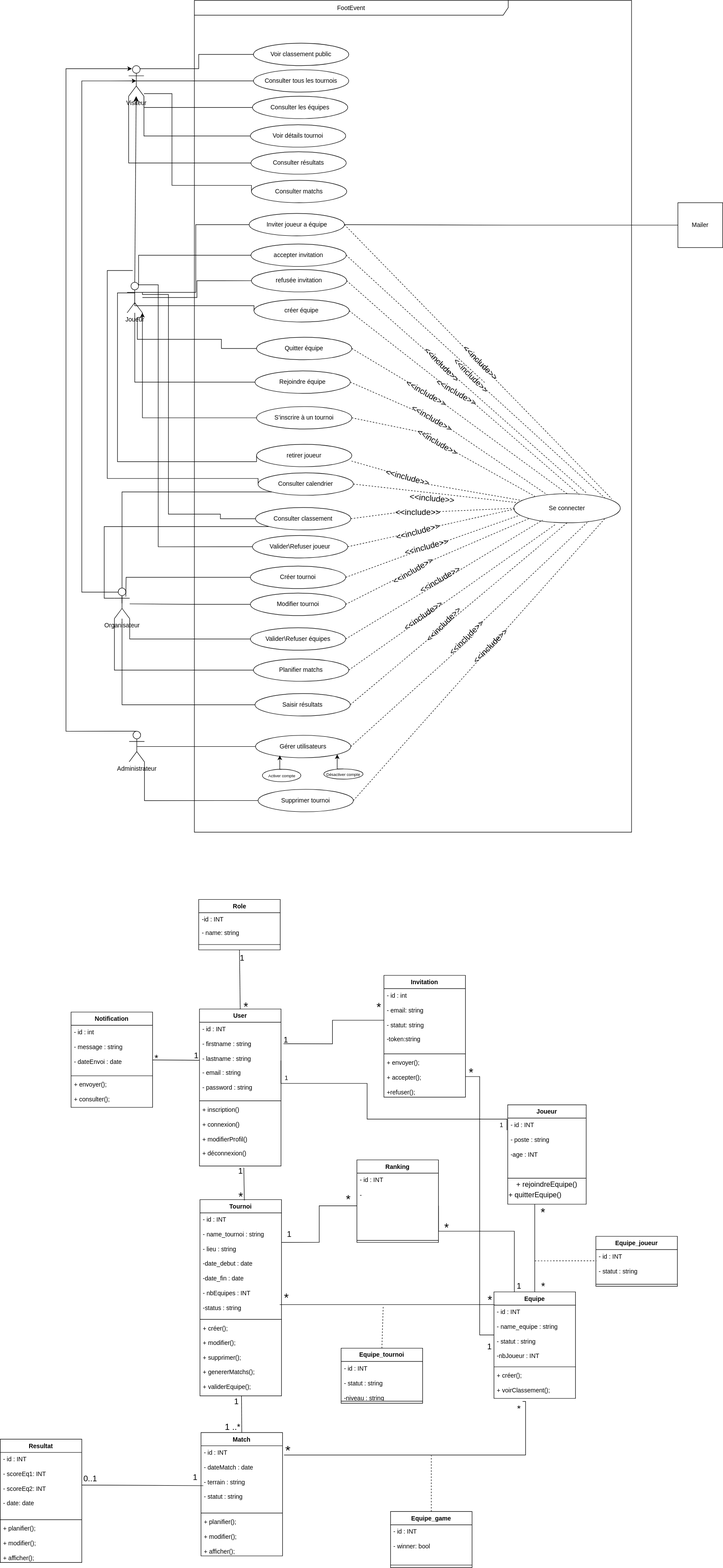
Yassir04-ch/FootEvenT keeps this draw.io diagram as FOOTEVENT.drawio.svg. Above is the earlier version. Source tidied: cells renumbered, new cells last; positions are measured from the earlier drawing's top-left corner, leaving out a move shared by most shapes.
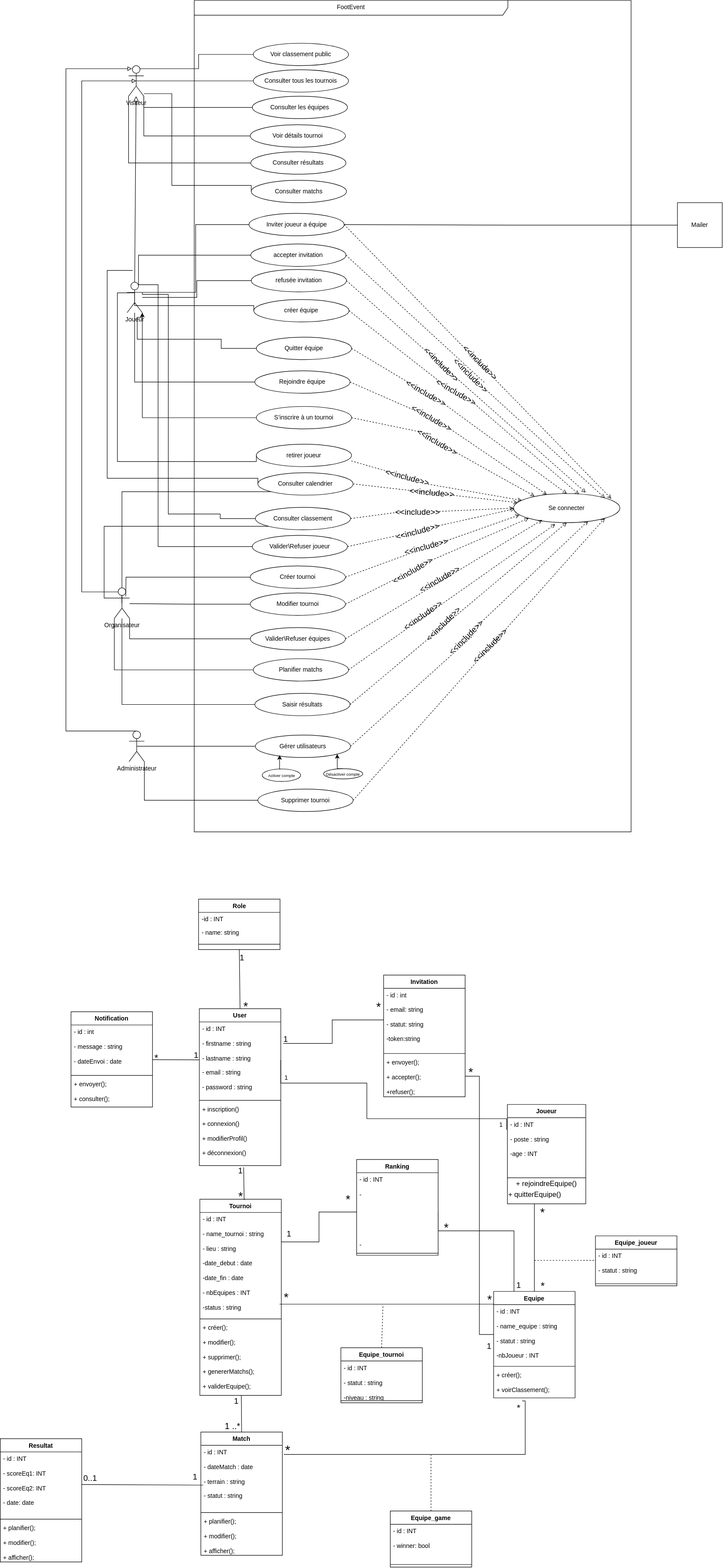
After the change.

The edit, as a diff of the source:
```diff
@@ -8,7 +8,7 @@
     <mxCell id="3" value="Gérer utilisateurs" style="ellipse;whiteSpace=wrap;html=1;" parent="1" vertex="1">
       <mxGeometry x="501" y="1442" width="187" height="44" as="geometry" />
     </mxCell>
-    <mxCell id="4" style="edgeStyle=orthogonalEdgeStyle;rounded=0;orthogonalLoop=1;jettySize=auto;html=1;exitX=0.5;exitY=0;exitDx=0;exitDy=0;exitPerimeter=0;entryX=0.25;entryY=0.1;entryDx=0;entryDy=0;entryPerimeter=0;" parent="1" edge="1">
+    <mxCell id="4" style="edgeStyle=orthogonalEdgeStyle;rounded=0;orthogonalLoop=1;jettySize=auto;html=1;exitX=0.5;exitY=0;exitDx=0;exitDy=0;exitPerimeter=0;entryX=0.25;entryY=0.1;entryDx=0;entryDy=0;entryPerimeter=0;endArrow=block;endFill=0;" parent="1" edge="1">
       <mxGeometry relative="1" as="geometry">
         <mxPoint x="267" y="1434" as="sourcePoint" />
         <mxPoint x="258.5" y="134" as="targetPoint" />
@@ -63,7 +63,7 @@
     <mxCell id="19" value="Se connecter" style="ellipse;whiteSpace=wrap;html=1;" parent="1" vertex="1">
       <mxGeometry x="1008" y="968" width="209" height="57" as="geometry" />
     </mxCell>
-    <mxCell id="20" style="endArrow=none;dashed=1;html=1;rounded=0;exitX=1;exitY=0.5;exitDx=0;exitDy=0;entryX=1;entryY=1;entryDx=0;entryDy=0;" parent="1" edge="1" source="10" target="19">
+    <mxCell id="20" style="endArrow=open;dashed=1;html=1;rounded=0;exitX=1;exitY=0.5;exitDx=0;exitDy=0;entryX=1;entryY=1;entryDx=0;entryDy=0;endFill=0;" parent="1" edge="1" source="10" target="19">
       <mxGeometry relative="1" as="geometry" />
     </mxCell>
     <mxCell id="21" value="Joueur" style="shape=umlActor;verticalLabelPosition=bottom;verticalAlign=top;html=1;outlineConnect=0;" parent="1" vertex="1">
@@ -100,7 +100,7 @@
     <mxCell id="29" value="Consulter matchs" style="ellipse;whiteSpace=wrap;html=1;" parent="1" vertex="1">
       <mxGeometry x="493" y="353" width="187" height="44" as="geometry" />
     </mxCell>
-    <mxCell id="30" style="edgeStyle=none;curved=1;rounded=0;jettySize=auto;html=1;entryX=0.5;entryY=0;entryDx=0;entryDy=0;entryPerimeter=0;fontSize=12;startSize=8;endSize=8;endArrow=none;endFill=0;startArrow=classic;startFill=1;" parent="1" edge="1" source="13" target="21">
+    <mxCell id="30" style="edgeStyle=none;curved=1;rounded=0;jettySize=auto;html=1;entryX=0.5;entryY=0;entryDx=0;entryDy=0;entryPerimeter=0;fontSize=12;startSize=8;endSize=8;endArrow=none;endFill=0;startArrow=block;startFill=0;" parent="1" edge="1" source="13" target="21">
       <mxGeometry relative="1" as="geometry" />
     </mxCell>
     <mxCell id="31" style="edgeStyle=orthogonalEdgeStyle;rounded=0;jettySize=auto;html=1;exitX=0;exitY=0.5;exitDx=0;exitDy=0;entryX=0.5;entryY=0.5;entryDx=0;entryDy=0;entryPerimeter=0;endArrow=none;endFill=0;" parent="1" edge="1" source="25" target="21">
@@ -110,16 +110,16 @@
         </Array>
       </mxGeometry>
     </mxCell>
-    <mxCell id="32" style="endArrow=none;dashed=1;html=1;rounded=0;exitX=1;exitY=0.5;exitDx=0;exitDy=0;" parent="1" edge="1" source="37" target="19">
+    <mxCell id="32" style="endArrow=open;dashed=1;html=1;rounded=0;exitX=1;exitY=0.5;exitDx=0;exitDy=0;endFill=0;" parent="1" edge="1" source="37" target="19">
       <mxGeometry relative="1" as="geometry" />
     </mxCell>
-    <mxCell id="33" style="endArrow=none;dashed=1;html=1;rounded=0;exitX=1;exitY=0.5;exitDx=0;exitDy=0;entryX=0.5;entryY=0;entryDx=0;entryDy=0;" parent="1" edge="1" source="39" target="19">
+    <mxCell id="33" style="endArrow=open;dashed=1;html=1;rounded=0;exitX=1;exitY=0.5;exitDx=0;exitDy=0;entryX=0.5;entryY=0;entryDx=0;entryDy=0;endFill=0;" parent="1" edge="1" source="39" target="19">
       <mxGeometry relative="1" as="geometry" />
     </mxCell>
-    <mxCell id="34" style="endArrow=none;dashed=1;html=1;rounded=0;entryX=0.615;entryY=0.028;entryDx=0;entryDy=0;exitX=1;exitY=0.5;exitDx=0;exitDy=0;entryPerimeter=0;" parent="1" edge="1" source="41" target="19">
+    <mxCell id="34" style="endArrow=open;dashed=1;html=1;rounded=0;entryX=0.615;entryY=0.028;entryDx=0;entryDy=0;exitX=1;exitY=0.5;exitDx=0;exitDy=0;entryPerimeter=0;endFill=0;" parent="1" edge="1" source="41" target="19">
       <mxGeometry relative="1" as="geometry" />
     </mxCell>
-    <mxCell id="35" style="endArrow=none;dashed=1;html=1;rounded=0;exitX=1;exitY=0.5;exitDx=0;exitDy=0;entryX=0.702;entryY=0.944;entryDx=0;entryDy=0;entryPerimeter=0;" parent="1" edge="1" source="175" target="19">
+    <mxCell id="35" style="endArrow=open;dashed=1;html=1;rounded=0;exitX=1;exitY=0.5;exitDx=0;exitDy=0;entryX=0.702;entryY=0.944;entryDx=0;entryDy=0;entryPerimeter=0;endFill=0;" parent="1" edge="1" source="175" target="19">
       <mxGeometry relative="1" as="geometry" />
     </mxCell>
     <mxCell id="36" style="endArrow=none;dashed=1;html=1;rounded=0;exitX=1;exitY=0.5;exitDx=0;exitDy=0;" parent="1" edge="1" source="27" target="37">
@@ -373,13 +373,13 @@
       <mxGeometry relative="1" as="geometry" />
     </mxCell>
     <mxCell id="112" value="Ranking" style="swimlane;fontStyle=1;align=center;verticalAlign=top;horizontal=1;startSize=26;whiteSpace=wrap;html=1;" parent="1" vertex="1">
-      <mxGeometry x="700" y="2275" width="160" height="162" as="geometry" />
+      <mxGeometry x="700" y="2275" width="160" height="188" as="geometry" />
     </mxCell>
-    <mxCell id="113" value="- id : INT&lt;div&gt;&lt;br&gt;&lt;/div&gt;&lt;div&gt;&amp;nbsp;-&amp;nbsp;&lt;span style=&quot;font-family: Consolas, &amp;quot;Courier New&amp;quot;, monospace; font-size: 14px; white-space: pre;&quot;&gt;&lt;font style=&quot;color: light-dark(rgb(26, 26, 26), rgb(255, 255, 255));&quot;&gt;points&lt;/font&gt;&lt;/span&gt;&lt;span style=&quot;background-color: transparent; color: light-dark(rgb(0, 0, 0), rgb(255, 255, 255));&quot;&gt;: INT&lt;/span&gt;&lt;br&gt;&lt;/div&gt;&lt;div&gt;&lt;br&gt;&lt;/div&gt;&lt;div&gt;&lt;div&gt;&amp;nbsp;-&amp;nbsp;&lt;span style=&quot;font-family: Consolas, &amp;quot;Courier New&amp;quot;, monospace; font-size: 14px; white-space: pre;&quot;&gt;&lt;font style=&quot;color: light-dark(rgb(26, 26, 26), rgb(255, 255, 255));&quot;&gt;goals_scored&lt;/font&gt;&lt;/span&gt;&lt;span style=&quot;background-color: transparent; color: light-dark(rgb(0, 0, 0), rgb(255, 255, 255));&quot;&gt;: INT&lt;/span&gt;&lt;br&gt;&lt;/div&gt;&lt;div&gt;&lt;br&gt;&lt;/div&gt;&lt;/div&gt;&lt;div&gt;&amp;nbsp;-&amp;nbsp;&lt;span style=&quot;font-family: Consolas, &amp;quot;Courier New&amp;quot;, monospace; font-size: 14px; white-space: pre;&quot;&gt;&lt;font style=&quot;color: light-dark(rgb(26, 26, 26), rgb(255, 255, 255));&quot;&gt;position&lt;/font&gt;&lt;/span&gt;&lt;span style=&quot;background-color: transparent; color: light-dark(rgb(0, 0, 0), rgb(255, 255, 255));&quot;&gt;: string&lt;/span&gt;&lt;br&gt;&lt;/div&gt;" style="text;strokeColor=none;fillColor=none;align=left;verticalAlign=top;spacingLeft=4;spacingRight=4;overflow=hidden;points=[[0,0.5],[1,0.5]];portConstraint=eastwest;whiteSpace=wrap;html=1;" parent="112" vertex="1">
-      <mxGeometry y="26" width="160" height="128" as="geometry" />
+    <mxCell id="113" value="- id : INT&lt;div&gt;&lt;br&gt;&lt;/div&gt;&lt;div&gt;&amp;nbsp;-&amp;nbsp;&lt;span style=&quot;font-family: Consolas, &amp;quot;Courier New&amp;quot;, monospace; font-size: 14px; white-space: pre;&quot;&gt;&lt;font style=&quot;color: light-dark(rgb(26, 26, 26), rgb(255, 255, 255));&quot;&gt;points&lt;/font&gt;&lt;/span&gt;&lt;span style=&quot;background-color: transparent; color: light-dark(rgb(0, 0, 0), rgb(255, 255, 255));&quot;&gt;: INT&lt;/span&gt;&lt;br&gt;&lt;/div&gt;&lt;div&gt;&lt;br&gt;&lt;/div&gt;&lt;div&gt;&lt;div&gt;&amp;nbsp;-&amp;nbsp;&lt;span style=&quot;font-family: Consolas, &amp;quot;Courier New&amp;quot;, monospace; font-size: 14px; white-space: pre;&quot;&gt;&lt;font style=&quot;color: light-dark(rgb(26, 26, 26), rgb(255, 255, 255));&quot;&gt;goals_scored&lt;/font&gt;&lt;/span&gt;&lt;span style=&quot;background-color: transparent; color: light-dark(rgb(0, 0, 0), rgb(255, 255, 255));&quot;&gt;: INT&lt;/span&gt;&lt;br&gt;&lt;/div&gt;&lt;div&gt;&lt;br&gt;&lt;/div&gt;&lt;/div&gt;&lt;div&gt;-&amp;nbsp;&lt;span style=&quot;color: rgb(26, 26, 26); font-family: Consolas, &amp;quot;Courier New&amp;quot;, monospace; font-size: 14px; white-space: pre; background-color: transparent;&quot;&gt;goals_conceded:INT&lt;/span&gt;&lt;/div&gt;&lt;div&gt;&lt;br&gt;&lt;/div&gt;&lt;div&gt;-&amp;nbsp;&lt;span style=&quot;font-family: Consolas, &amp;quot;Courier New&amp;quot;, monospace; font-size: 14px; white-space: pre;&quot;&gt;&lt;font style=&quot;color: light-dark(rgb(26, 26, 26), rgb(255, 255, 255));&quot;&gt;position&lt;/font&gt;&lt;/span&gt;&lt;span style=&quot;background-color: transparent; color: light-dark(rgb(0, 0, 0), rgb(255, 255, 255));&quot;&gt;: string&lt;/span&gt;&lt;br&gt;&lt;/div&gt;" style="text;strokeColor=none;fillColor=none;align=left;verticalAlign=top;spacingLeft=4;spacingRight=4;overflow=hidden;points=[[0,0.5],[1,0.5]];portConstraint=eastwest;whiteSpace=wrap;html=1;" parent="112" vertex="1">
+      <mxGeometry y="26" width="160" height="154" as="geometry" />
     </mxCell>
     <mxCell id="114" style="line;strokeWidth=1;fillColor=none;align=left;verticalAlign=middle;spacingTop=-1;spacingLeft=3;spacingRight=3;labelPosition=right;strokeColor=inherit;" parent="112" vertex="1">
-      <mxGeometry y="154" width="160" height="8" as="geometry" />
+      <mxGeometry y="180" width="160" height="8" as="geometry" />
     </mxCell>
     <mxCell id="115" style="edgeStyle=orthogonalEdgeStyle;rounded=0;jettySize=auto;html=1;exitX=1;exitY=0.5;exitDx=0;exitDy=0;entryX=0.25;entryY=0;entryDx=0;entryDy=0;endArrow=none;endFill=0;" parent="1" edge="1" source="113" target="58">
       <mxGeometry relative="1" as="geometry">
@@ -462,7 +462,7 @@
     <mxCell id="132" style="edgeStyle=orthogonalEdgeStyle;rounded=0;jettySize=auto;html=1;exitX=0;exitY=0.5;exitDx=0;exitDy=0;entryX=1;entryY=1;entryDx=0;entryDy=0;entryPerimeter=0;" parent="1" edge="1" source="125" target="21">
       <mxGeometry relative="1" as="geometry" />
     </mxCell>
-    <mxCell id="133" style="edgeStyle=orthogonalEdgeStyle;rounded=0;jettySize=auto;html=1;exitX=0.5;exitY=0.5;exitDx=0;exitDy=0;exitPerimeter=0;entryX=0.5;entryY=0.5;entryDx=0;entryDy=0;entryPerimeter=0;endArrow=classic;endFill=1;" parent="1" edge="1" source="134" target="13">
+    <mxCell id="133" style="edgeStyle=orthogonalEdgeStyle;rounded=0;jettySize=auto;html=1;exitX=0.5;exitY=0.5;exitDx=0;exitDy=0;exitPerimeter=0;entryX=0.5;entryY=0.5;entryDx=0;entryDy=0;entryPerimeter=0;endArrow=block;endFill=0;" parent="1" edge="1" source="134" target="13">
       <mxGeometry relative="1" as="geometry">
         <Array as="points">
           <mxPoint x="239" y="1161" />
@@ -508,34 +508,34 @@
     <mxCell id="144" value="Saisir résultats" style="ellipse;whiteSpace=wrap;html=1;" parent="1" vertex="1">
       <mxGeometry x="500" y="1360" width="187" height="44" as="geometry" />
     </mxCell>
-    <mxCell id="145" style="endArrow=none;dashed=1;html=1;rounded=0;exitX=1;exitY=0.5;exitDx=0;exitDy=0;entryX=0.5;entryY=1;entryDx=0;entryDy=0;" parent="1" edge="1" source="144" target="19">
+    <mxCell id="145" style="endArrow=open;dashed=1;html=1;rounded=0;exitX=1;exitY=0.5;exitDx=0;exitDy=0;entryX=0.5;entryY=1;entryDx=0;entryDy=0;endFill=0;" parent="1" edge="1" source="144" target="19">
       <mxGeometry relative="1" as="geometry" />
     </mxCell>
-    <mxCell id="146" style="endArrow=none;dashed=1;html=1;rounded=0;exitX=1;exitY=0.5;exitDx=0;exitDy=0;entryX=0.392;entryY=1.053;entryDx=0;entryDy=0;entryPerimeter=0;" parent="1" edge="1" source="141" target="19">
+    <mxCell id="146" style="endArrow=open;dashed=1;html=1;rounded=0;exitX=1;exitY=0.5;exitDx=0;exitDy=0;entryX=0.392;entryY=1.053;entryDx=0;entryDy=0;entryPerimeter=0;endFill=0;" parent="1" edge="1" source="141" target="19">
       <mxGeometry relative="1" as="geometry" />
     </mxCell>
-    <mxCell id="147" style="endArrow=none;dashed=1;html=1;rounded=0;entryX=0.27;entryY=0.906;entryDx=0;entryDy=0;exitX=1;exitY=0.5;exitDx=0;exitDy=0;entryPerimeter=0;" parent="1" edge="1" source="139" target="19">
+    <mxCell id="147" style="endArrow=open;dashed=1;html=1;rounded=0;entryX=0.27;entryY=0.906;entryDx=0;entryDy=0;exitX=1;exitY=0.5;exitDx=0;exitDy=0;entryPerimeter=0;endFill=0;" parent="1" edge="1" source="139" target="19">
       <mxGeometry relative="1" as="geometry" />
     </mxCell>
     <mxCell id="148" value="&lt;span style=&quot;color: rgba(0, 0, 0, 0); font-family: monospace; font-size: 0px; text-align: start; background-color: rgb(27, 29, 30);&quot;&gt;%3CmxGraphModel%3E%3Croot%3E%3CmxCell%20id%3D%220%22%2F%3E%3CmxCell%20id%3D%221%22%20parent%3D%220%22%2F%3E%3CmxCell%20id%3D%222%22%20parent%3D%221%22%20style%3D%22text%3Bhtml%3D1%3BwhiteSpace%3Dwrap%3BstrokeColor%3Dnone%3BfillColor%3Dnone%3Balign%3Dcenter%3BverticalAlign%3Dmiddle%3Brounded%3D0%3BfontSize%3D16%3Brotation%3D30%3B%22%20value%3D%22%26amp%3Blt%3B%26amp%3Blt%3Binclude%26amp%3Bgt%3B%26amp%3Bgt%3B%22%20vertex%3D%221%22%3E%3CmxGeometry%20height%3D%2217%22%20width%3D%2260%22%20x%3D%221628.0007621135333%22%20y%3D%222393.0012159321677%22%20as%3D%22geometry%22%2F%3E%3C%2FmxCell%3E%3C%2Froot%3E%3C%2FmxGraphModel%3E&lt;/span&gt;" style="edgeLabel;html=1;align=center;verticalAlign=middle;rotation=-30;" parent="147" vertex="1">
       <mxGeometry x="-0.01" y="-2" relative="1" as="geometry" />
     </mxCell>
-    <mxCell id="149" style="endArrow=none;dashed=1;html=1;rounded=0;entryX=0;entryY=1;entryDx=0;entryDy=0;exitX=1;exitY=0.5;exitDx=0;exitDy=0;" parent="1" edge="1" source="173" target="19">
+    <mxCell id="149" style="endArrow=open;dashed=1;html=1;rounded=0;entryX=0;entryY=1;entryDx=0;entryDy=0;exitX=1;exitY=0.5;exitDx=0;exitDy=0;endFill=0;" parent="1" edge="1" source="173" target="19">
       <mxGeometry relative="1" as="geometry" />
     </mxCell>
-    <mxCell id="150" style="endArrow=none;dashed=1;html=1;rounded=0;entryX=0.055;entryY=0.739;entryDx=0;entryDy=0;exitX=1;exitY=0.5;exitDx=0;exitDy=0;entryPerimeter=0;" parent="1" edge="1" source="167" target="19">
+    <mxCell id="150" style="endArrow=open;dashed=1;html=1;rounded=0;entryX=0.055;entryY=0.739;entryDx=0;entryDy=0;exitX=1;exitY=0.5;exitDx=0;exitDy=0;entryPerimeter=0;endFill=0;" parent="1" edge="1" source="167" target="19">
       <mxGeometry relative="1" as="geometry" />
     </mxCell>
-    <mxCell id="151" style="endArrow=none;dashed=1;html=1;rounded=0;entryX=0;entryY=0.5;entryDx=0;entryDy=0;exitX=1;exitY=0.5;exitDx=0;exitDy=0;" parent="1" edge="1" source="169" target="19">
+    <mxCell id="151" style="endArrow=open;dashed=1;html=1;rounded=0;entryX=0;entryY=0.5;entryDx=0;entryDy=0;exitX=1;exitY=0.5;exitDx=0;exitDy=0;endFill=0;" parent="1" edge="1" source="169" target="19">
       <mxGeometry relative="1" as="geometry" />
     </mxCell>
-    <mxCell id="152" style="endArrow=none;dashed=1;html=1;rounded=0;exitX=1;exitY=0.5;exitDx=0;exitDy=0;" parent="1" edge="1" source="129" target="19">
+    <mxCell id="152" style="endArrow=open;dashed=1;html=1;rounded=0;exitX=1;exitY=0.5;exitDx=0;exitDy=0;endFill=0;" parent="1" edge="1" source="129" target="19">
       <mxGeometry relative="1" as="geometry" />
     </mxCell>
-    <mxCell id="153" style="endArrow=none;dashed=1;html=1;rounded=0;exitX=0.997;exitY=0.747;exitDx=0;exitDy=0;exitPerimeter=0;" parent="1" edge="1" source="164" target="19">
+    <mxCell id="153" style="endArrow=open;dashed=1;html=1;rounded=0;exitX=0.997;exitY=0.747;exitDx=0;exitDy=0;exitPerimeter=0;endFill=0;" parent="1" edge="1" source="164" target="19">
       <mxGeometry relative="1" as="geometry" />
     </mxCell>
-    <mxCell id="154" style="endArrow=none;dashed=1;html=1;rounded=0;entryX=0.197;entryY=0.088;entryDx=0;entryDy=0;exitX=1;exitY=0.5;exitDx=0;exitDy=0;entryPerimeter=0;" parent="1" edge="1" source="162" target="19">
+    <mxCell id="154" style="endArrow=open;dashed=1;html=1;rounded=0;entryX=0.197;entryY=0.088;entryDx=0;entryDy=0;exitX=1;exitY=0.5;exitDx=0;exitDy=0;entryPerimeter=0;endFill=0;" parent="1" edge="1" source="162" target="19">
       <mxGeometry relative="1" as="geometry" />
     </mxCell>
     <mxCell id="155" style="edgeStyle=orthogonalEdgeStyle;rounded=0;jettySize=auto;html=1;exitX=0;exitY=1;exitDx=0;exitDy=0;entryX=0.5;entryY=0;entryDx=0;entryDy=0;entryPerimeter=0;endArrow=none;endFill=0;" parent="1" edge="1" source="129" target="134">
@@ -574,7 +574,7 @@
       <mxGeometry x="770" y="927" width="60" height="17" as="geometry" />
     </mxCell>
     <mxCell id="165" value="&amp;lt;&amp;lt;include&amp;gt;&amp;gt;" style="text;html=1;whiteSpace=wrap;strokeColor=none;fillColor=none;align=center;verticalAlign=middle;rounded=0;fontSize=16;rotation=5;" parent="1" vertex="1">
-      <mxGeometry x="818" y="968" width="60" height="17" as="geometry" />
+      <mxGeometry x="818" y="957" width="60" height="17" as="geometry" />
     </mxCell>
     <mxCell id="166" style="endArrow=none;dashed=1;html=1;rounded=0;entryX=0.055;entryY=0.739;entryDx=0;entryDy=0;exitX=1;exitY=0.5;exitDx=0;exitDy=0;entryPerimeter=0;" parent="1" edge="1" source="135" target="167">
       <mxGeometry relative="1" as="geometry" />
@@ -612,7 +612,7 @@
     <mxCell id="177" value="&amp;lt;&amp;lt;include&amp;gt;&amp;gt;" style="text;html=1;whiteSpace=wrap;strokeColor=none;fillColor=none;align=center;verticalAlign=middle;rounded=0;fontSize=16;rotation=-30;" parent="1" vertex="1">
       <mxGeometry x="833" y="1127" width="60" height="17" as="geometry" />
     </mxCell>
-    <mxCell id="178" style="endArrow=none;dashed=1;html=1;rounded=0;exitX=1;exitY=0.5;exitDx=0;exitDy=0;" parent="1" edge="1" source="180">
+    <mxCell id="178" style="endArrow=open;dashed=1;html=1;rounded=0;exitX=1;exitY=0.5;exitDx=0;exitDy=0;endFill=0;" parent="1" edge="1" source="180">
       <mxGeometry relative="1" as="geometry">
         <mxPoint x="1010" y="998" as="targetPoint" />
       </mxGeometry>
@@ -677,13 +677,13 @@
     <mxCell id="198" style="edgeStyle=orthogonalEdgeStyle;rounded=0;jettySize=auto;html=1;exitX=0;exitY=0.5;exitDx=0;exitDy=0;entryX=0.75;entryY=0.1;entryDx=0;entryDy=0;entryPerimeter=0;endArrow=none;endFill=0;" parent="1" edge="1" source="192" target="21">
       <mxGeometry relative="1" as="geometry" />
     </mxCell>
-    <mxCell id="199" style="endArrow=none;dashed=1;html=1;rounded=0;entryX=0.678;entryY=-0.039;entryDx=0;entryDy=0;exitX=1;exitY=0.5;exitDx=0;exitDy=0;entryPerimeter=0;" parent="1" edge="1" source="194" target="19">
+    <mxCell id="199" style="endArrow=open;dashed=1;html=1;rounded=0;entryX=0.678;entryY=-0.039;entryDx=0;entryDy=0;exitX=1;exitY=0.5;exitDx=0;exitDy=0;entryPerimeter=0;endFill=0;" parent="1" edge="1" source="194" target="19">
       <mxGeometry relative="1" as="geometry" />
     </mxCell>
-    <mxCell id="200" style="endArrow=none;dashed=1;html=1;rounded=0;entryX=1;entryY=0;entryDx=0;entryDy=0;exitX=1;exitY=0.5;exitDx=0;exitDy=0;" parent="1" edge="1" source="204" target="19">
+    <mxCell id="200" style="endArrow=open;dashed=1;html=1;rounded=0;entryX=1;entryY=0;entryDx=0;entryDy=0;exitX=1;exitY=0.5;exitDx=0;exitDy=0;endFill=0;" parent="1" edge="1" source="204" target="19">
       <mxGeometry relative="1" as="geometry" />
     </mxCell>
-    <mxCell id="201" style="endArrow=none;dashed=1;html=1;rounded=0;entryX=0.919;entryY=0.175;entryDx=0;entryDy=0;exitX=1;exitY=0.5;exitDx=0;exitDy=0;entryPerimeter=0;" parent="1" edge="1" source="191" target="19">
+    <mxCell id="201" style="endArrow=open;dashed=1;html=1;rounded=0;entryX=0.919;entryY=0.175;entryDx=0;entryDy=0;exitX=1;exitY=0.5;exitDx=0;exitDy=0;entryPerimeter=0;endFill=0;" parent="1" edge="1" source="191" target="19">
       <mxGeometry relative="1" as="geometry" />
     </mxCell>
     <mxCell id="202" value="&amp;lt;&amp;lt;include&amp;gt;&amp;gt;" style="text;html=1;whiteSpace=wrap;strokeColor=none;fillColor=none;align=center;verticalAlign=middle;rounded=0;fontSize=16;rotation=45;" parent="1" vertex="1">
```
